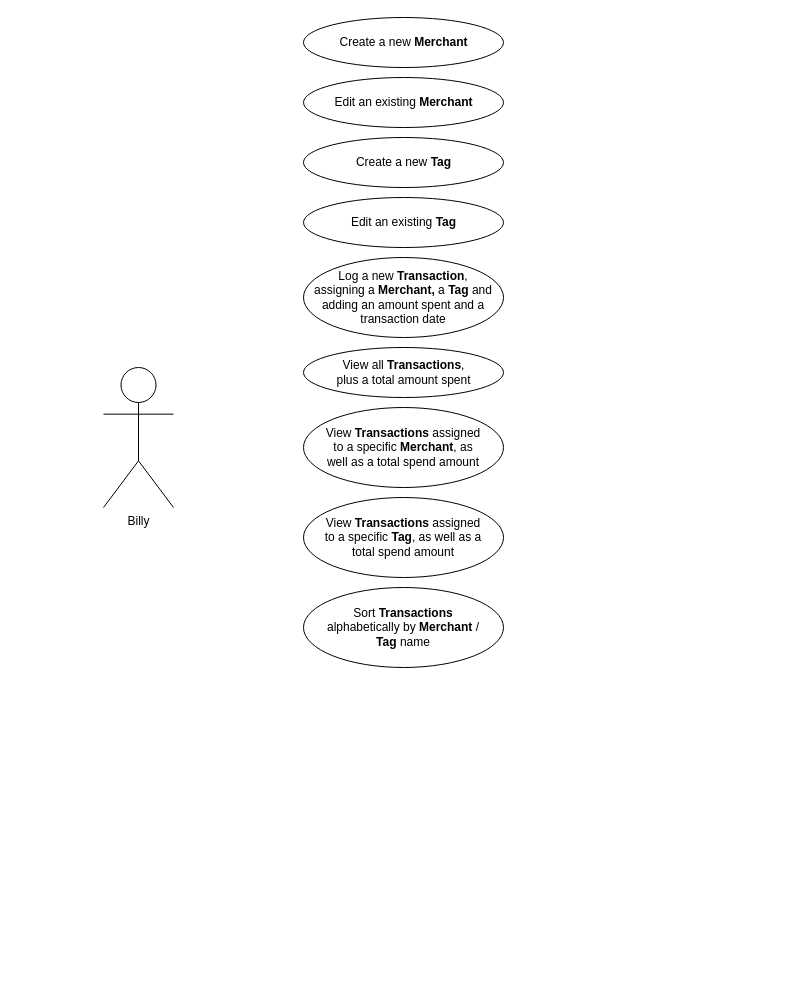
Earlier version of the draw.io diagram Use Case Diagram - Spend 'N' Track.drawio (Strd79/pda_screenshots). Source tidied: cells renumbered, new cells numbered last; positions are measured from the earlier drawing's top-left corner, leaving out a move shared by most shapes. Both pictures are drawn from the tidied source at 100%, with x=0, y=0 at pixel (103, 17).
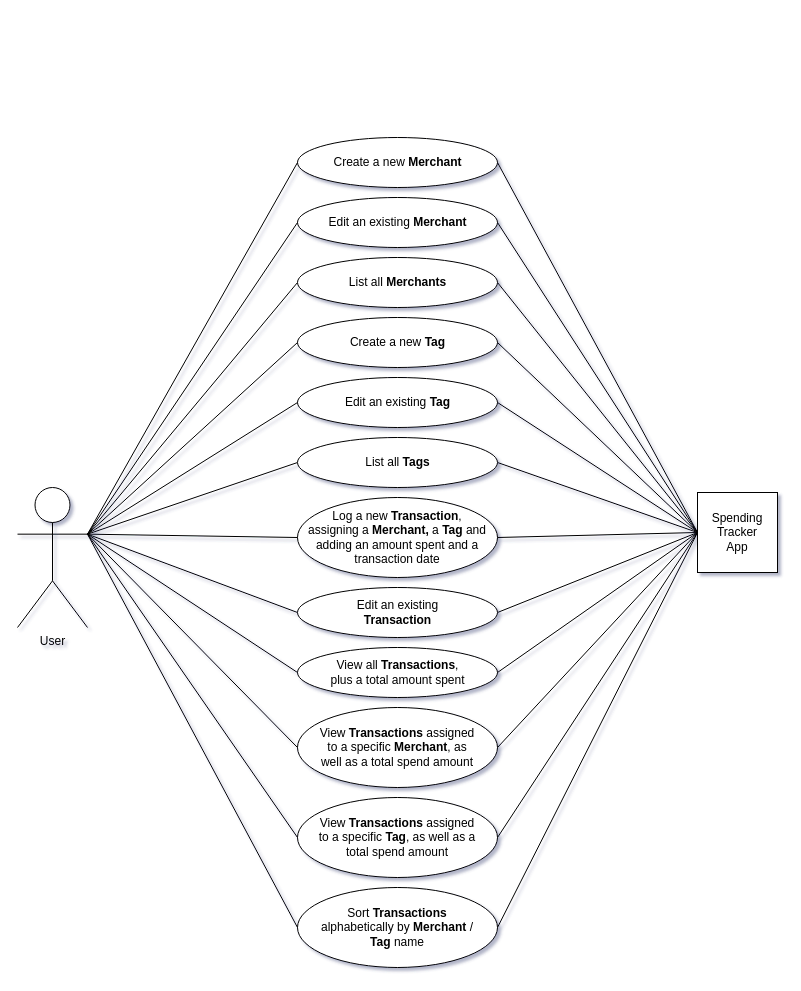
The same diagram, later.

The edit, as a diff of the source:
```diff
@@
-<mxGraphModel>
+<mxGraphModel shadow="1">
@@
     <mxCell id="2" style="ellipse;whiteSpace=wrap;html=1;" parent="1" vertex="1">
-      <mxGeometry x="200" width="200" height="50" as="geometry" />
+      <mxGeometry x="194" y="120" width="200" height="50" as="geometry" />
     </mxCell>
     <mxCell id="3" value="Create a new &lt;b&gt;Merchant&lt;/b&gt;" style="text;html=1;strokeColor=none;fillColor=none;align=center;verticalAlign=middle;whiteSpace=wrap;rounded=0;" parent="1" vertex="1">
-      <mxGeometry x="227.5" y="5" width="145" height="40" as="geometry" />
+      <mxGeometry x="221.5" y="125" width="145" height="40" as="geometry" />
     </mxCell>
     <mxCell id="4" style="ellipse;whiteSpace=wrap;html=1;" parent="1" vertex="1">
-      <mxGeometry x="200" y="120" width="200" height="50" as="geometry" />
+      <mxGeometry x="194" y="300" width="200" height="50" as="geometry" />
     </mxCell>
     <mxCell id="5" value="Create a new &lt;b&gt;Tag&lt;/b&gt;" style="text;html=1;strokeColor=none;fillColor=none;align=center;verticalAlign=middle;whiteSpace=wrap;rounded=0;" parent="1" vertex="1">
-      <mxGeometry x="227.5" y="125" width="145" height="40" as="geometry" />
+      <mxGeometry x="221.5" y="305" width="145" height="40" as="geometry" />
     </mxCell>
     <mxCell id="6" style="ellipse;whiteSpace=wrap;html=1;" parent="1" vertex="1">
-      <mxGeometry x="200" y="60" width="200" height="50" as="geometry" />
+      <mxGeometry x="194" y="180" width="200" height="50" as="geometry" />
     </mxCell>
     <mxCell id="7" value="Edit an existing &lt;b&gt;Merchant&lt;/b&gt;" style="text;html=1;strokeColor=none;fillColor=none;align=center;verticalAlign=middle;whiteSpace=wrap;rounded=0;" parent="1" vertex="1">
-      <mxGeometry x="227.5" y="65" width="145" height="40" as="geometry" />
+      <mxGeometry x="221.5" y="185" width="145" height="40" as="geometry" />
     </mxCell>
     <mxCell id="8" style="ellipse;whiteSpace=wrap;html=1;" parent="1" vertex="1">
-      <mxGeometry x="200" y="180" width="200" height="50" as="geometry" />
+      <mxGeometry x="194" y="360" width="200" height="50" as="geometry" />
     </mxCell>
     <mxCell id="9" value="Edit an existing &lt;b&gt;Tag&lt;/b&gt;" style="text;html=1;strokeColor=none;fillColor=none;align=center;verticalAlign=middle;whiteSpace=wrap;rounded=0;" parent="1" vertex="1">
-      <mxGeometry x="227.5" y="185" width="145" height="40" as="geometry" />
+      <mxGeometry x="221.5" y="365" width="145" height="40" as="geometry" />
     </mxCell>
     <mxCell id="10" style="ellipse;whiteSpace=wrap;html=1;" parent="1" vertex="1">
-      <mxGeometry x="200" y="330" width="200" height="50" as="geometry" />
+      <mxGeometry x="194" y="630" width="200" height="50" as="geometry" />
     </mxCell>
     <mxCell id="11" value="View all &lt;b&gt;Transactions&lt;/b&gt;, plus a total amount spent" style="text;html=1;strokeColor=none;fillColor=none;align=center;verticalAlign=middle;whiteSpace=wrap;rounded=0;" parent="1" vertex="1">
-      <mxGeometry x="227.5" y="335" width="145" height="40" as="geometry" />
+      <mxGeometry x="221.5" y="635" width="145" height="40" as="geometry" />
     </mxCell>
     <mxCell id="12" style="ellipse;whiteSpace=wrap;html=1;" parent="1" vertex="1">
-      <mxGeometry x="200" y="240" width="200" height="80" as="geometry" />
+      <mxGeometry x="194" y="480" width="200" height="80" as="geometry" />
     </mxCell>
     <mxCell id="13" value="Log a new &lt;b&gt;Transaction&lt;/b&gt;, assigning a &lt;b&gt;Merchant,&lt;/b&gt;&amp;nbsp;a&amp;nbsp;&lt;b&gt;Tag&lt;/b&gt; and adding an amount spent and a transaction date" style="text;html=1;strokeColor=none;fillColor=none;align=center;verticalAlign=middle;whiteSpace=wrap;rounded=0;" parent="1" vertex="1">
-      <mxGeometry x="210" y="260" width="180" height="40" as="geometry" />
+      <mxGeometry x="204" y="500" width="180" height="40" as="geometry" />
     </mxCell>
     <mxCell id="14" style="ellipse;whiteSpace=wrap;html=1;" parent="1" vertex="1">
-      <mxGeometry x="200" y="390" width="200" height="80" as="geometry" />
+      <mxGeometry x="194" y="690" width="200" height="80" as="geometry" />
     </mxCell>
     <mxCell id="15" value="View &lt;b&gt;Transactions&lt;/b&gt; assigned to a specific &lt;b&gt;Merchant&lt;/b&gt;, as well as a total spend amount" style="text;html=1;strokeColor=none;fillColor=none;align=center;verticalAlign=middle;whiteSpace=wrap;rounded=0;" parent="1" vertex="1">
-      <mxGeometry x="220" y="410" width="160" height="40" as="geometry" />
+      <mxGeometry x="214" y="710" width="160" height="40" as="geometry" />
     </mxCell>
     <mxCell id="16" style="ellipse;whiteSpace=wrap;html=1;" parent="1" vertex="1">
-      <mxGeometry x="200" y="480" width="200" height="80" as="geometry" />
+      <mxGeometry x="194" y="780" width="200" height="80" as="geometry" />
     </mxCell>
     <mxCell id="17" value="View &lt;b&gt;Transactions&lt;/b&gt; assigned to a specific &lt;b&gt;Tag&lt;/b&gt;, as well as a total spend amount" style="text;html=1;strokeColor=none;fillColor=none;align=center;verticalAlign=middle;whiteSpace=wrap;rounded=0;" parent="1" vertex="1">
-      <mxGeometry x="220" y="500" width="160" height="40" as="geometry" />
+      <mxGeometry x="214" y="800" width="160" height="40" as="geometry" />
     </mxCell>
     <mxCell id="18" style="ellipse;whiteSpace=wrap;html=1;" parent="1" vertex="1">
-      <mxGeometry x="200" y="570" width="200" height="80" as="geometry" />
+      <mxGeometry x="194" y="870" width="200" height="80" as="geometry" />
     </mxCell>
     <mxCell id="19" value="Sort &lt;b&gt;Transactions&lt;/b&gt; alphabetically by &lt;b&gt;Merchant&lt;/b&gt; / &lt;b&gt;Tag&lt;/b&gt; name" style="text;html=1;strokeColor=none;fillColor=none;align=center;verticalAlign=middle;whiteSpace=wrap;rounded=0;" parent="1" vertex="1">
-      <mxGeometry x="220" y="590" width="160" height="40" as="geometry" />
+      <mxGeometry x="214" y="890" width="160" height="40" as="geometry" />
     </mxCell>
+    <mxCell id="21" style="rounded=0;jettySize=auto;html=1;exitX=1;exitY=0.3333333333333333;exitDx=0;exitDy=0;exitPerimeter=0;entryX=0;entryY=0.5;entryDx=0;entryDy=0;startArrow=none;startFill=0;endArrow=none;endFill=0;" parent="1" edge="1" source="20" target="6">
+      <mxGeometry relative="1" as="geometry" />
+    </mxCell>
+    <mxCell id="22" style="edgeStyle=none;rounded=0;jettySize=auto;html=1;exitX=1;exitY=0.3333333333333333;exitDx=0;exitDy=0;exitPerimeter=0;entryX=0;entryY=0.5;entryDx=0;entryDy=0;startArrow=none;startFill=0;endArrow=none;endFill=0;" parent="1" edge="1" source="20" target="4">
+      <mxGeometry relative="1" as="geometry" />
+    </mxCell>
+    <mxCell id="23" style="edgeStyle=none;rounded=0;jettySize=auto;html=1;exitX=1;exitY=0.3333333333333333;exitDx=0;exitDy=0;exitPerimeter=0;entryX=0;entryY=0.5;entryDx=0;entryDy=0;startArrow=none;startFill=0;endArrow=none;endFill=0;" parent="1" edge="1" source="20" target="8">
+      <mxGeometry relative="1" as="geometry" />
+    </mxCell>
+    <mxCell id="24" style="edgeStyle=none;rounded=0;jettySize=auto;html=1;exitX=1;exitY=0.3333333333333333;exitDx=0;exitDy=0;exitPerimeter=0;entryX=0;entryY=0.5;entryDx=0;entryDy=0;startArrow=none;startFill=0;endArrow=none;endFill=0;" parent="1" edge="1" source="20" target="12">
+      <mxGeometry relative="1" as="geometry" />
+    </mxCell>
+    <mxCell id="25" style="edgeStyle=none;rounded=0;jettySize=auto;html=1;exitX=1;exitY=0.3333333333333333;exitDx=0;exitDy=0;exitPerimeter=0;entryX=0;entryY=0.5;entryDx=0;entryDy=0;startArrow=none;startFill=0;endArrow=none;endFill=0;" parent="1" edge="1" source="20" target="10">
+      <mxGeometry relative="1" as="geometry" />
+    </mxCell>
+    <mxCell id="26" style="edgeStyle=none;rounded=0;jettySize=auto;html=1;exitX=1;exitY=0.3333333333333333;exitDx=0;exitDy=0;exitPerimeter=0;entryX=0;entryY=0.5;entryDx=0;entryDy=0;startArrow=none;startFill=0;endArrow=none;endFill=0;" parent="1" edge="1" source="20" target="14">
+      <mxGeometry relative="1" as="geometry" />
+    </mxCell>
+    <mxCell id="27" style="edgeStyle=none;rounded=0;jettySize=auto;html=1;exitX=1;exitY=0.3333333333333333;exitDx=0;exitDy=0;exitPerimeter=0;entryX=0;entryY=0.5;entryDx=0;entryDy=0;startArrow=none;startFill=0;endArrow=none;endFill=0;" parent="1" edge="1" source="20" target="16">
+      <mxGeometry relative="1" as="geometry" />
+    </mxCell>
+    <mxCell id="28" style="edgeStyle=none;rounded=0;jettySize=auto;html=1;exitX=1;exitY=0.3333333333333333;exitDx=0;exitDy=0;exitPerimeter=0;entryX=0;entryY=0.5;entryDx=0;entryDy=0;startArrow=none;startFill=0;endArrow=none;endFill=0;" parent="1" edge="1" source="20" target="18">
+      <mxGeometry relative="1" as="geometry" />
+    </mxCell>
+    <mxCell id="29" style="edgeStyle=none;rounded=0;jettySize=auto;html=1;exitX=1;exitY=0.3333333333333333;exitDx=0;exitDy=0;exitPerimeter=0;startArrow=none;startFill=0;endArrow=none;endFill=0;entryX=0;entryY=0.5;entryDx=0;entryDy=0;" parent="1" edge="1" source="20" target="2">
+      <mxGeometry relative="1" as="geometry" />
+    </mxCell>
+    <mxCell id="30" style="edgeStyle=none;rounded=0;jettySize=auto;html=1;exitX=1;exitY=0.3333333333333333;exitDx=0;exitDy=0;exitPerimeter=0;entryX=0;entryY=0.5;entryDx=0;entryDy=0;startArrow=none;startFill=0;endArrow=none;endFill=0;" parent="1" edge="1" source="20" target="47">
+      <mxGeometry relative="1" as="geometry" />
+    </mxCell>
+    <mxCell id="31" style="edgeStyle=none;rounded=0;jettySize=auto;html=1;exitX=1;exitY=0.3333333333333333;exitDx=0;exitDy=0;exitPerimeter=0;startArrow=none;startFill=0;endArrow=none;endFill=0;entryX=0;entryY=0.5;entryDx=0;entryDy=0;" parent="1" edge="1" source="20" target="49">
+      <mxGeometry relative="1" as="geometry" />
+    </mxCell>
+    <mxCell id="32" style="edgeStyle=none;rounded=0;jettySize=auto;html=1;exitX=1;exitY=0.3333333333333333;exitDx=0;exitDy=0;exitPerimeter=0;entryX=0;entryY=0.5;entryDx=0;entryDy=0;startArrow=none;startFill=0;endArrow=none;endFill=0;" parent="1" edge="1" source="20" target="51">
+      <mxGeometry relative="1" as="geometry" />
+    </mxCell>
-    <mxCell id="20" value="Billy" style="shape=umlActor;verticalLabelPosition=bottom;verticalAlign=top;html=1;outlineConnect=0;" parent="1" vertex="1">
-      <mxGeometry y="350" width="70" height="140" as="geometry" />
+    <mxCell id="20" value="User" style="shape=umlActor;verticalLabelPosition=bottom;verticalAlign=top;html=1;outlineConnect=0;" parent="1" vertex="1">
+      <mxGeometry x="-86" y="470" width="70" height="140" as="geometry" />
     </mxCell>
+    <mxCell id="33" style="edgeStyle=none;rounded=0;jettySize=auto;html=1;exitX=0;exitY=0.5;exitDx=0;exitDy=0;startArrow=none;startFill=0;endArrow=none;endFill=0;entryX=1;entryY=0.5;entryDx=0;entryDy=0;" parent="1" edge="1" source="45" target="2">
+      <mxGeometry relative="1" as="geometry" />
+    </mxCell>
+    <mxCell id="34" style="edgeStyle=none;rounded=0;jettySize=auto;html=1;exitX=0;exitY=0.5;exitDx=0;exitDy=0;entryX=1;entryY=0.5;entryDx=0;entryDy=0;startArrow=none;startFill=0;endArrow=none;endFill=0;" parent="1" edge="1" source="45" target="6">
+      <mxGeometry relative="1" as="geometry" />
+    </mxCell>
+    <mxCell id="35" style="edgeStyle=none;rounded=0;jettySize=auto;html=1;exitX=0;exitY=0.5;exitDx=0;exitDy=0;entryX=1;entryY=0.5;entryDx=0;entryDy=0;startArrow=none;startFill=0;endArrow=none;endFill=0;" parent="1" edge="1" source="45" target="4">
+      <mxGeometry relative="1" as="geometry" />
+    </mxCell>
+    <mxCell id="36" style="edgeStyle=none;rounded=0;jettySize=auto;html=1;exitX=0;exitY=0.5;exitDx=0;exitDy=0;entryX=1;entryY=0.5;entryDx=0;entryDy=0;startArrow=none;startFill=0;endArrow=none;endFill=0;" parent="1" edge="1" source="45" target="8">
+      <mxGeometry relative="1" as="geometry" />
+    </mxCell>
+    <mxCell id="37" style="edgeStyle=none;rounded=0;jettySize=auto;html=1;exitX=0;exitY=0.5;exitDx=0;exitDy=0;entryX=1;entryY=0.5;entryDx=0;entryDy=0;startArrow=none;startFill=0;endArrow=none;endFill=0;" parent="1" edge="1" source="45" target="12">
+      <mxGeometry relative="1" as="geometry" />
+    </mxCell>
+    <mxCell id="38" style="edgeStyle=none;rounded=0;jettySize=auto;html=1;exitX=0;exitY=0.5;exitDx=0;exitDy=0;entryX=1;entryY=0.5;entryDx=0;entryDy=0;startArrow=none;startFill=0;endArrow=none;endFill=0;" parent="1" edge="1" source="45" target="10">
+      <mxGeometry relative="1" as="geometry" />
+    </mxCell>
+    <mxCell id="39" style="edgeStyle=none;rounded=0;jettySize=auto;html=1;exitX=0;exitY=0.5;exitDx=0;exitDy=0;entryX=1;entryY=0.5;entryDx=0;entryDy=0;startArrow=none;startFill=0;endArrow=none;endFill=0;" parent="1" edge="1" source="45" target="14">
+      <mxGeometry relative="1" as="geometry" />
+    </mxCell>
+    <mxCell id="40" style="edgeStyle=none;rounded=0;jettySize=auto;html=1;exitX=0;exitY=0.5;exitDx=0;exitDy=0;entryX=1;entryY=0.5;entryDx=0;entryDy=0;startArrow=none;startFill=0;endArrow=none;endFill=0;" parent="1" edge="1" source="45" target="16">
+      <mxGeometry relative="1" as="geometry" />
+    </mxCell>
+    <mxCell id="41" style="edgeStyle=none;rounded=0;jettySize=auto;html=1;exitX=0;exitY=0.5;exitDx=0;exitDy=0;entryX=1;entryY=0.5;entryDx=0;entryDy=0;startArrow=none;startFill=0;endArrow=none;endFill=0;" parent="1" edge="1" source="45" target="18">
+      <mxGeometry relative="1" as="geometry" />
+    </mxCell>
+    <mxCell id="42" style="edgeStyle=none;rounded=0;jettySize=auto;html=1;exitX=0;exitY=0.5;exitDx=0;exitDy=0;entryX=1;entryY=0.5;entryDx=0;entryDy=0;startArrow=none;startFill=0;endArrow=none;endFill=0;" parent="1" edge="1" source="45" target="47">
+      <mxGeometry relative="1" as="geometry" />
+    </mxCell>
+    <mxCell id="43" style="edgeStyle=none;rounded=0;jettySize=auto;html=1;exitX=0;exitY=0.5;exitDx=0;exitDy=0;entryX=1;entryY=0.5;entryDx=0;entryDy=0;startArrow=none;startFill=0;endArrow=none;endFill=0;" parent="1" edge="1" source="45" target="49">
+      <mxGeometry relative="1" as="geometry" />
+    </mxCell>
+    <mxCell id="44" style="edgeStyle=none;rounded=0;jettySize=auto;html=1;exitX=0;exitY=0.5;exitDx=0;exitDy=0;entryX=1;entryY=0.5;entryDx=0;entryDy=0;startArrow=none;startFill=0;endArrow=none;endFill=0;" parent="1" edge="1" source="45" target="51">
+      <mxGeometry relative="1" as="geometry" />
+    </mxCell>
+    <mxCell id="45" style="whiteSpace=wrap;html=1;" parent="1" vertex="1">
+      <mxGeometry x="594" y="475" width="80" height="80" as="geometry" />
+    </mxCell>
+    <mxCell id="46" value="Spending Tracker App" style="text;html=1;strokeColor=none;fillColor=none;align=center;verticalAlign=middle;whiteSpace=wrap;rounded=0;" parent="1" vertex="1">
+      <mxGeometry x="604" y="480" width="60" height="70" as="geometry" />
+    </mxCell>
+    <mxCell id="47" style="ellipse;whiteSpace=wrap;html=1;" parent="1" vertex="1">
+      <mxGeometry x="194" y="570" width="200" height="50" as="geometry" />
+    </mxCell>
+    <mxCell id="48" value="Edit an existing &lt;b&gt;Transaction&lt;/b&gt;" style="text;html=1;strokeColor=none;fillColor=none;align=center;verticalAlign=middle;whiteSpace=wrap;rounded=0;" parent="1" vertex="1">
+      <mxGeometry x="221.5" y="575" width="145" height="40" as="geometry" />
+    </mxCell>
+    <mxCell id="49" style="ellipse;whiteSpace=wrap;html=1;" parent="1" vertex="1">
+      <mxGeometry x="194" y="240" width="200" height="50" as="geometry" />
+    </mxCell>
+    <mxCell id="50" value="List all &lt;b&gt;Merchants&lt;/b&gt;" style="text;html=1;strokeColor=none;fillColor=none;align=center;verticalAlign=middle;whiteSpace=wrap;rounded=0;" parent="1" vertex="1">
+      <mxGeometry x="221.5" y="245" width="145" height="40" as="geometry" />
+    </mxCell>
+    <mxCell id="51" style="ellipse;whiteSpace=wrap;html=1;" parent="1" vertex="1">
+      <mxGeometry x="194" y="420" width="200" height="50" as="geometry" />
+    </mxCell>
+    <mxCell id="52" value="List all &lt;b&gt;Tags&lt;/b&gt;" style="text;html=1;strokeColor=none;fillColor=none;align=center;verticalAlign=middle;whiteSpace=wrap;rounded=0;" parent="1" vertex="1">
+      <mxGeometry x="221.5" y="425" width="145" height="40" as="geometry" />
+    </mxCell>
```
